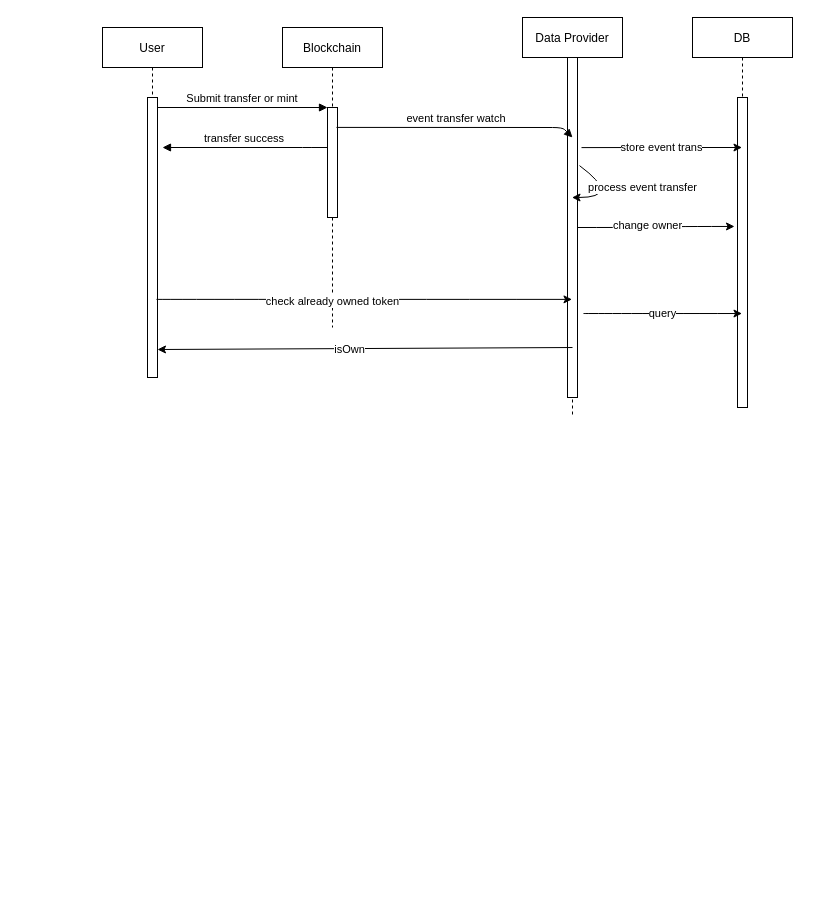
Above: design/Untitled Diagram.drawio in thienma1258/dive-in (draw.io), before the change. Source tidied: cells renumbered, new cells numbered last; positions are measured from the earlier drawing's top-left corner, leaving out a move shared by most shapes. Both pictures are drawn from the tidied source at 100%, with x=0, y=0 at pixel (102, 17).
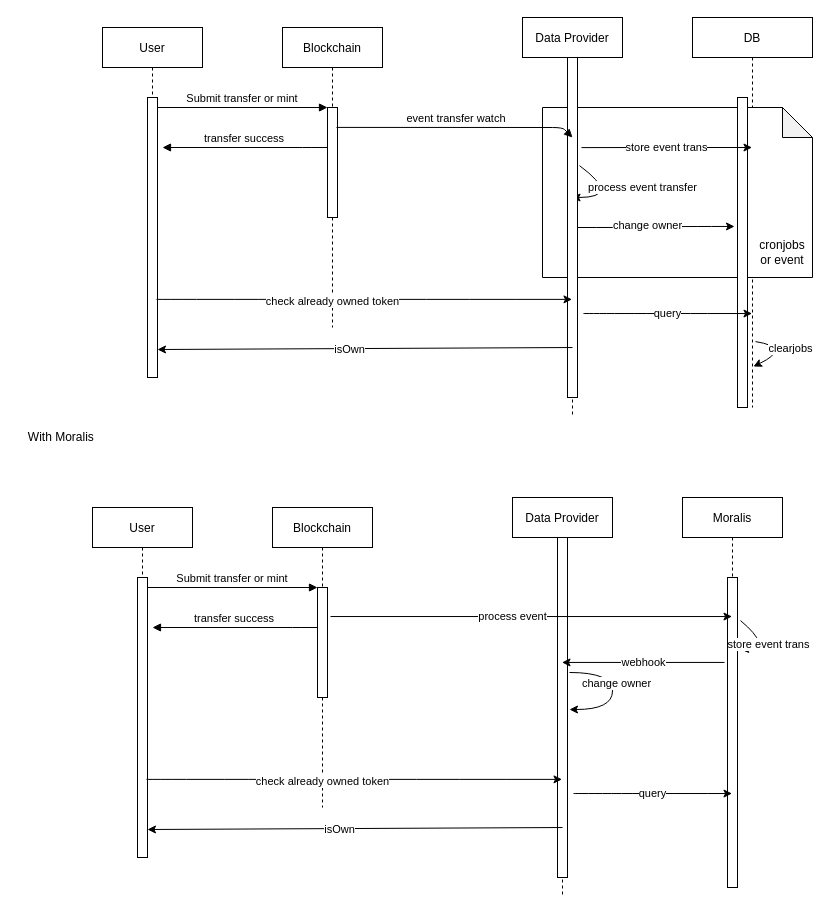
Above is the later version.

The change refers to these unchanged cells:
```xml
<mxCell id="8" value="Data Provider" style="shape=umlLifeline;perimeter=lifelinePerimeter;rounded=0;shadow=0;strokeWidth=1;" parent="1" vertex="1">
  <mxGeometry x="420" width="100" height="400" as="geometry" />
</mxCell>
<mxCell id="9" style="points=[];perimeter=orthogonalPerimeter;rounded=0;shadow=0;strokeWidth=1;" parent="8" vertex="1">
  <mxGeometry x="45" y="40" width="10" height="340" as="geometry" />
</mxCell>
```

The edit, as a diff of the source:
```diff
@@
+    <mxCell id="12" value="DB" style="shape=umlLifeline;perimeter=lifelinePerimeter;rounded=0;shadow=0;strokeWidth=1;" parent="1" vertex="1">
+      <mxGeometry x="590" width="120" height="390" as="geometry" />
+    </mxCell>
+    <mxCell id="22" style="shape=note;whiteSpace=wrap;html=1;backgroundOutline=1;darkOpacity=0.05;" parent="12" vertex="1">
+      <mxGeometry x="-150" y="90" width="270" height="170" as="geometry" />
+    </mxCell>
+    <mxCell id="13" style="points=[];perimeter=orthogonalPerimeter;rounded=0;shadow=0;strokeWidth=1;" parent="12" vertex="1">
+      <mxGeometry x="45" y="80" width="10" height="310" as="geometry" />
+    </mxCell>
+    <mxCell id="23" value="cronjobs or event" style="text;html=1;strokeColor=none;fillColor=none;align=center;verticalAlign=middle;whiteSpace=wrap;rounded=0;" parent="12" vertex="1">
+      <mxGeometry x="60" y="220" width="60" height="30" as="geometry" />
+    </mxCell>
@@
+    <mxCell id="10" value="process event transfer" style="endArrow=classic;html=1;exitX=1.2;exitY=0.318;exitDx=0;exitDy=0;exitPerimeter=0;curved=1;" parent="8" edge="1" source="9" target="8">
+      <mxGeometry x="0.03" y="-22" relative="1" as="geometry">
+        <Array as="points">
+          <mxPoint x="100" y="180" />
+        </Array>
+        <mxPoint x="20" y="12" as="offset" />
+      </mxGeometry>
+    </mxCell>
@@
-    <mxCell id="10" value="process event transfer" style="endArrow=classic;html=1;exitX=1.2;exitY=0.318;exitDx=0;exitDy=0;exitPerimeter=0;curved=1;" parent="8" edge="1" source="9" target="8">
-      <mxGeometry x="0.03" y="-22" relative="1" as="geometry">
-        <Array as="points">
-          <mxPoint x="100" y="180" />
-        </Array>
-        <mxPoint x="20" y="12" as="offset" />
-      </mxGeometry>
-    </mxCell>
@@
-    <mxCell id="12" value="DB" style="shape=umlLifeline;perimeter=lifelinePerimeter;rounded=0;shadow=0;strokeWidth=1;" parent="1" vertex="1">
-      <mxGeometry x="590" width="100" height="390" as="geometry" />
-    </mxCell>
-    <mxCell id="13" style="points=[];perimeter=orthogonalPerimeter;rounded=0;shadow=0;strokeWidth=1;" parent="12" vertex="1">
-      <mxGeometry x="45" y="80" width="10" height="310" as="geometry" />
-    </mxCell>
@@
+    <mxCell id="24" value="User" style="shape=umlLifeline;perimeter=lifelinePerimeter;rounded=0;shadow=0;strokeWidth=1;" parent="1" vertex="1">
+      <mxGeometry x="-10" y="490" width="100" height="350" as="geometry" />
+    </mxCell>
+    <mxCell id="25" style="points=[];perimeter=orthogonalPerimeter;rounded=0;shadow=0;strokeWidth=1;" parent="24" vertex="1">
+      <mxGeometry x="45" y="70" width="10" height="280" as="geometry" />
+    </mxCell>
+    <mxCell id="26" value="Blockchain" style="shape=umlLifeline;perimeter=lifelinePerimeter;rounded=0;shadow=0;strokeWidth=1;" parent="1" vertex="1">
+      <mxGeometry x="170" y="490" width="100" height="300" as="geometry" />
+    </mxCell>
+    <mxCell id="27" style="points=[];perimeter=orthogonalPerimeter;rounded=0;shadow=0;strokeWidth=1;" parent="26" vertex="1">
+      <mxGeometry x="45" y="80" width="10" height="110" as="geometry" />
+    </mxCell>
+    <mxCell id="28" value="Submit transfer or mint" style="verticalAlign=bottom;endArrow=block;entryX=0;entryY=0;shadow=0;strokeWidth=1;" parent="1" edge="1" source="25" target="27">
+      <mxGeometry relative="1" as="geometry" />
+    </mxCell>
+    <mxCell id="29" value="transfer success" style="verticalAlign=bottom;endArrow=block;entryX=1;entryY=0;shadow=0;strokeWidth=1;" parent="1" edge="1" source="27">
+      <mxGeometry relative="1" as="geometry">
+        <mxPoint x="50" y="610" as="targetPoint" />
+        <Array as="points">
+          <mxPoint x="200" y="610" />
+        </Array>
+      </mxGeometry>
+    </mxCell>
+    <mxCell id="30" value="Data Provider" style="shape=umlLifeline;perimeter=lifelinePerimeter;rounded=0;shadow=0;strokeWidth=1;" parent="1" vertex="1">
+      <mxGeometry x="410" y="480" width="100" height="400" as="geometry" />
+    </mxCell>
+    <mxCell id="31" style="points=[];perimeter=orthogonalPerimeter;rounded=0;shadow=0;strokeWidth=1;" parent="30" vertex="1">
+      <mxGeometry x="45" y="40" width="10" height="340" as="geometry" />
+    </mxCell>
+    <mxCell id="32" style="edgeStyle=orthogonalEdgeStyle;curved=1;orthogonalLoop=1;jettySize=auto;html=1;entryX=1.2;entryY=0.506;entryDx=0;entryDy=0;entryPerimeter=0;exitX=1.2;exitY=0.397;exitDx=0;exitDy=0;exitPerimeter=0;" parent="30" edge="1" source="31" target="31">
+      <mxGeometry relative="1" as="geometry">
+        <Array as="points">
+          <mxPoint x="100" y="175" />
+          <mxPoint x="100" y="212" />
+        </Array>
+      </mxGeometry>
+    </mxCell>
+    <mxCell id="33" value="change owner" style="edgeLabel;html=1;align=center;verticalAlign=middle;" parent="32" vertex="1">
+      <mxGeometry x="-0.13" y="3" relative="1" as="geometry" />
+    </mxCell>
+    <mxCell id="34" value="Moralis" style="shape=umlLifeline;perimeter=lifelinePerimeter;rounded=0;shadow=0;strokeWidth=1;" parent="1" vertex="1">
+      <mxGeometry x="580" y="480" width="100" height="390" as="geometry" />
+    </mxCell>
+    <mxCell id="35" style="points=[];perimeter=orthogonalPerimeter;rounded=0;shadow=0;strokeWidth=1;" parent="34" vertex="1">
+      <mxGeometry x="45" y="80" width="10" height="310" as="geometry" />
+    </mxCell>
+    <mxCell id="36" value="store event trans" style="endArrow=classic;html=1;exitX=1.3;exitY=0.139;exitDx=0;exitDy=0;exitPerimeter=0;curved=1;entryX=1.3;entryY=0.232;entryDx=0;entryDy=0;entryPerimeter=0;" parent="34" edge="1" source="35" target="35">
+      <mxGeometry relative="1" as="geometry">
+        <Array as="points">
+          <mxPoint x="90" y="150" />
+        </Array>
+      </mxGeometry>
+    </mxCell>
+    <mxCell id="37" style="endArrow=classic;html=1;curved=1;exitX=0.9;exitY=0.721;exitDx=0;exitDy=0;exitPerimeter=0;" parent="1" edge="1" source="25" target="30">
+      <mxGeometry relative="1" as="geometry" />
+    </mxCell>
+    <mxCell id="38" value="check already owned token" style="edgeLabel;html=1;align=center;verticalAlign=middle;" parent="37" vertex="1">
+      <mxGeometry x="-0.16" y="-2" relative="1" as="geometry" />
+    </mxCell>
+    <mxCell id="39" value="query" style="endArrow=classic;html=1;curved=1;exitX=1.6;exitY=0.753;exitDx=0;exitDy=0;exitPerimeter=0;" parent="1" edge="1" source="31" target="34">
+      <mxGeometry relative="1" as="geometry" />
+    </mxCell>
+    <mxCell id="40" style="endArrow=classic;html=1;rounded=0;entryX=1;entryY=0.9;entryDx=0;entryDy=0;entryPerimeter=0;exitX=0.5;exitY=0.853;exitDx=0;exitDy=0;exitPerimeter=0;" parent="1" edge="1" source="31" target="25">
+      <mxGeometry relative="1" as="geometry" />
+    </mxCell>
+    <mxCell id="41" value="isOwn" style="edgeLabel;html=1;align=center;verticalAlign=middle;" parent="40" vertex="1">
+      <mxGeometry x="0.08" relative="1" as="geometry" />
+    </mxCell>
+    <mxCell id="42" value="With Moralis&amp;nbsp;" style="text;html=1;align=center;verticalAlign=middle;strokeColor=none;fillColor=none;" parent="1" vertex="1">
+      <mxGeometry x="-85" y="405" width="90" height="30" as="geometry" />
+    </mxCell>
+    <mxCell id="43" style="endArrow=classic;html=1;rounded=0;exitX=1.3;exitY=0.264;exitDx=0;exitDy=0;exitPerimeter=0;" parent="1" edge="1" source="27" target="34">
+      <mxGeometry relative="1" as="geometry" />
+    </mxCell>
+    <mxCell id="44" value="process event" style="edgeLabel;html=1;align=center;verticalAlign=middle;" parent="43" vertex="1">
+      <mxGeometry x="-0.1" y="1" relative="1" as="geometry" />
+    </mxCell>
+    <mxCell id="45" value="webhook" style="endArrow=classic;html=1;rounded=0;exitX=-0.3;exitY=0.274;exitDx=0;exitDy=0;exitPerimeter=0;" parent="1" edge="1" source="35" target="30">
+      <mxGeometry relative="1" as="geometry" />
+    </mxCell>
+    <mxCell id="46" value="clearjobs" style="endArrow=classic;html=1;curved=1;exitX=0.525;exitY=0.831;exitDx=0;exitDy=0;exitPerimeter=0;entryX=0.508;entryY=0.895;entryDx=0;entryDy=0;entryPerimeter=0;" parent="1" edge="1" source="12" target="12">
+      <mxGeometry relative="1" as="geometry">
+        <Array as="points">
+          <mxPoint x="690" y="330" />
+        </Array>
+      </mxGeometry>
+    </mxCell>
```
